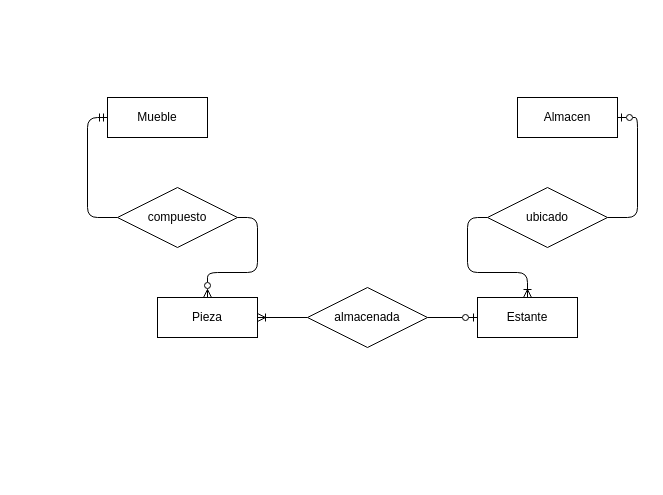
Above: Activity-2-5.drawio in xmr-p/DatabaseCharts (draw.io), before the change. Source tidied: cells renumbered, new cells numbered last; positions are measured from the earlier drawing's top-left corner, leaving out a move shared by most shapes. Both pictures are drawn from the tidied source at 100%, with x=0, y=0 at pixel (107, 97).
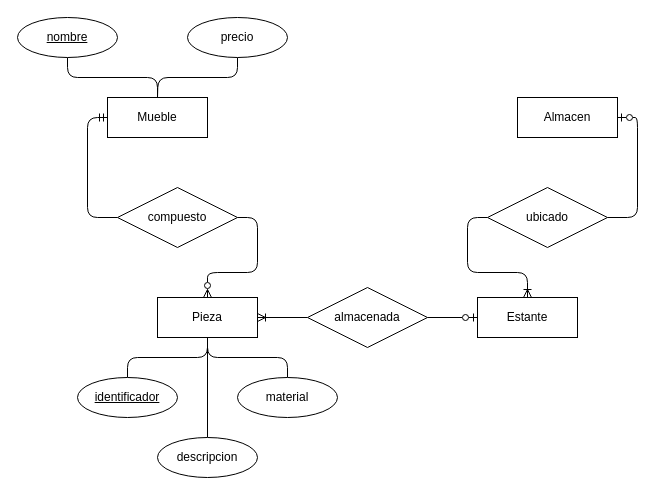
The same page after the edit.

The change refers to these unchanged cells:
```xml
<mxCell id="3" value="Mueble" style="whiteSpace=wrap;html=1;align=center;" parent="1" vertex="1">
  <mxGeometry width="100" height="40" as="geometry" />
</mxCell>
<mxCell id="5" value="Pieza" style="whiteSpace=wrap;html=1;align=center;" parent="1" vertex="1">
  <mxGeometry x="50" y="200" width="100" height="40" as="geometry" />
</mxCell>
```

What changed in the source:
```diff
@@
+    <mxCell id="15" style="edgeStyle=orthogonalEdgeStyle;rounded=1;jettySize=auto;html=1;exitX=0.5;exitY=1;exitDx=0;exitDy=0;entryX=0.5;entryY=0;entryDx=0;entryDy=0;curved=0;endArrow=none;endFill=0;" parent="1" edge="1" source="16" target="3">
+      <mxGeometry relative="1" as="geometry" />
+    </mxCell>
+    <mxCell id="16" value="nombre" style="ellipse;whiteSpace=wrap;html=1;align=center;fontStyle=4;" parent="1" vertex="1">
+      <mxGeometry x="-90" y="-80" width="100" height="40" as="geometry" />
+    </mxCell>
+    <mxCell id="17" style="edgeStyle=orthogonalEdgeStyle;rounded=1;jettySize=auto;html=1;exitX=0.5;exitY=1;exitDx=0;exitDy=0;endArrow=none;endFill=0;curved=0;" parent="1" edge="1" source="18">
+      <mxGeometry relative="1" as="geometry">
+        <mxPoint x="50" as="targetPoint" />
+      </mxGeometry>
+    </mxCell>
+    <mxCell id="18" value="precio" style="ellipse;whiteSpace=wrap;html=1;align=center;" parent="1" vertex="1">
+      <mxGeometry x="80" y="-80" width="100" height="40" as="geometry" />
+    </mxCell>
+    <mxCell id="19" style="edgeStyle=orthogonalEdgeStyle;rounded=1;jettySize=auto;html=1;exitX=0.5;exitY=0;exitDx=0;exitDy=0;entryX=0.5;entryY=1;entryDx=0;entryDy=0;endArrow=none;endFill=0;curved=0;" parent="1" edge="1" source="20" target="5">
+      <mxGeometry relative="1" as="geometry" />
+    </mxCell>
+    <mxCell id="20" value="identificador" style="ellipse;whiteSpace=wrap;html=1;align=center;fontStyle=4;" parent="1" vertex="1">
+      <mxGeometry x="-30" y="280" width="100" height="40" as="geometry" />
+    </mxCell>
+    <mxCell id="21" style="edgeStyle=orthogonalEdgeStyle;rounded=1;jettySize=auto;html=1;exitX=0.5;exitY=0;exitDx=0;exitDy=0;entryX=0.5;entryY=1;entryDx=0;entryDy=0;endArrow=none;endFill=0;curved=0;" parent="1" edge="1" source="22" target="5">
+      <mxGeometry relative="1" as="geometry" />
+    </mxCell>
+    <mxCell id="22" value="descripcion" style="ellipse;whiteSpace=wrap;html=1;align=center;" parent="1" vertex="1">
+      <mxGeometry x="50" y="340" width="100" height="40" as="geometry" />
+    </mxCell>
+    <mxCell id="23" style="edgeStyle=orthogonalEdgeStyle;rounded=1;jettySize=auto;html=1;exitX=0.5;exitY=0;exitDx=0;exitDy=0;entryX=0.5;entryY=1;entryDx=0;entryDy=0;endArrow=none;endFill=0;curved=0;" parent="1" edge="1" source="24" target="5">
+      <mxGeometry relative="1" as="geometry" />
+    </mxCell>
+    <mxCell id="24" value="material" style="ellipse;whiteSpace=wrap;html=1;align=center;" parent="1" vertex="1">
+      <mxGeometry x="130" y="280" width="100" height="40" as="geometry" />
+    </mxCell>
```
